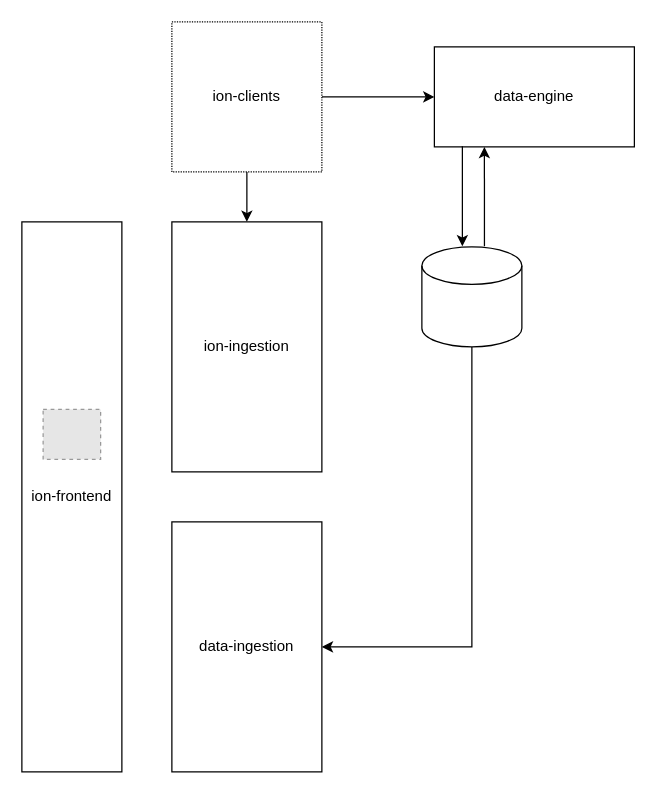
Before: assets/architecture.drawio in lvxhnat/ion, a draw.io diagram. Source tidied: cells renumbered, new cells numbered last; positions are measured from the earlier drawing's top-left corner, leaving out a move shared by most shapes. Both pictures are drawn from the tidied source at 125%, with x=0, y=0 at pixel (21, 21). Pictures stored in the file or linked from it are replaced by grey dashed boxes.
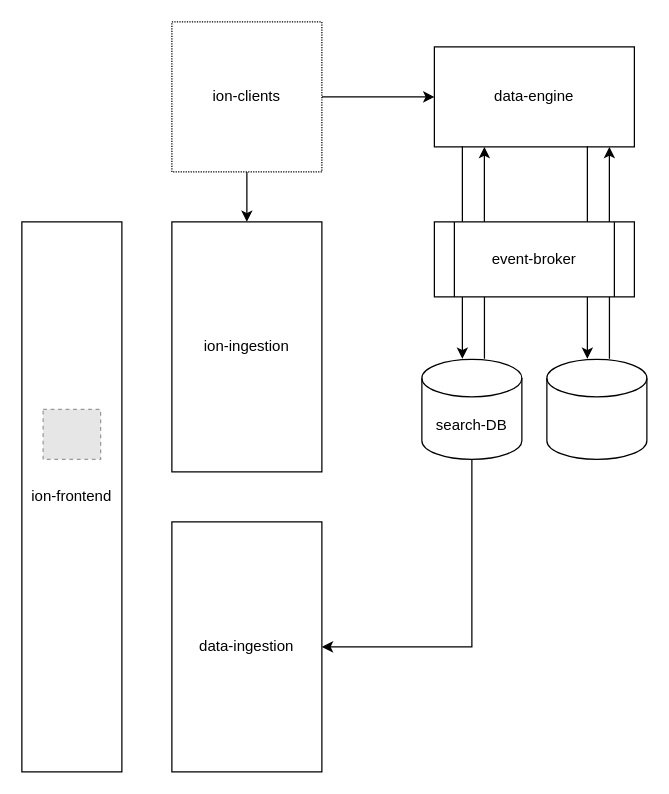
The same page after the edit.

The edit, as a diff of the source:
```diff
@@
 <mxGraphModel>
   <root>
     <mxCell id="0" />
     <mxCell id="1" parent="0" />
     <mxCell id="2" value="ion-frontend" style="rounded=0;whiteSpace=wrap;html=1;" parent="1" vertex="1">
       <mxGeometry y="160" width="80" height="440" as="geometry" />
     </mxCell>
     <mxCell id="3" style="fillColor=#E6E6E6;strokeColor=#999999;dashed=1;verticalLabelPosition=bottom;labelBackgroundColor=default;verticalAlign=top;" parent="1" vertex="1">
       <mxGeometry x="17" y="310" width="46" height="40" as="geometry" />
     </mxCell>
     <mxCell id="4" value="ion-ingestion" style="rounded=0;whiteSpace=wrap;html=1;" parent="1" vertex="1">
       <mxGeometry x="120" y="160" width="120" height="200" as="geometry" />
     </mxCell>
     <mxCell id="5" style="edgeStyle=orthogonalEdgeStyle;rounded=0;jettySize=auto;html=1;" parent="1" edge="1" source="7" target="4">
       <mxGeometry relative="1" as="geometry" />
     </mxCell>
     <mxCell id="6" style="edgeStyle=orthogonalEdgeStyle;rounded=0;jettySize=auto;html=1;" parent="1" edge="1" source="7" target="8">
       <mxGeometry relative="1" as="geometry" />
     </mxCell>
     <mxCell id="7" value="ion-clients" style="whiteSpace=wrap;html=1;dashed=1;dashPattern=1 1;" parent="1" vertex="1">
       <mxGeometry x="120" width="120" height="120" as="geometry" />
     </mxCell>
     <mxCell id="8" value="data-engine" style="rounded=0;whiteSpace=wrap;html=1;" parent="1" vertex="1">
       <mxGeometry x="330" y="20" width="160" height="80" as="geometry" />
     </mxCell>
     <mxCell id="9" style="edgeStyle=orthogonalEdgeStyle;rounded=0;jettySize=auto;html=1;entryX=1;entryY=0.5;entryDx=0;entryDy=0;exitX=0.5;exitY=1;exitDx=0;exitDy=0;exitPerimeter=0;" parent="1" edge="1" source="10" target="13">
       <mxGeometry relative="1" as="geometry" />
     </mxCell>
-    <mxCell id="10" style="shape=cylinder3;whiteSpace=wrap;html=1;boundedLbl=1;backgroundOutline=1;size=15;" parent="1" vertex="1">
-      <mxGeometry x="320" y="180" width="80" height="80" as="geometry" />
+    <mxCell id="10" value="search-DB" style="shape=cylinder3;whiteSpace=wrap;html=1;boundedLbl=1;backgroundOutline=1;size=15;" parent="1" vertex="1">
+      <mxGeometry x="320" y="270" width="80" height="80" as="geometry" />
     </mxCell>
     <mxCell id="11" style="endArrow=classic;html=1;rounded=0;entryX=0.25;entryY=1;entryDx=0;entryDy=0;exitX=0.626;exitY=-0.006;exitDx=0;exitDy=0;exitPerimeter=0;" parent="1" edge="1" source="10" target="8">
       <mxGeometry relative="1" as="geometry" />
     </mxCell>
     <mxCell id="12" style="endArrow=classic;html=1;rounded=0;exitX=0.14;exitY=0.993;exitDx=0;exitDy=0;exitPerimeter=0;entryX=0.405;entryY=-0.006;entryDx=0;entryDy=0;entryPerimeter=0;" parent="1" edge="1" source="8" target="10">
       <mxGeometry relative="1" as="geometry" />
     </mxCell>
     <mxCell id="13" value="data-ingestion" style="rounded=0;whiteSpace=wrap;html=1;" parent="1" vertex="1">
       <mxGeometry x="120" y="400" width="120" height="200" as="geometry" />
     </mxCell>
+    <mxCell id="14" style="shape=cylinder3;whiteSpace=wrap;html=1;boundedLbl=1;backgroundOutline=1;size=15;" parent="1" vertex="1">
+      <mxGeometry x="420" y="270" width="80" height="80" as="geometry" />
+    </mxCell>
+    <mxCell id="15" style="endArrow=classic;html=1;rounded=0;entryX=0.25;entryY=1;entryDx=0;entryDy=0;exitX=0.626;exitY=-0.006;exitDx=0;exitDy=0;exitPerimeter=0;" parent="1" edge="1" source="14">
+      <mxGeometry relative="1" as="geometry">
+        <mxPoint x="470" y="100" as="targetPoint" />
+      </mxGeometry>
+    </mxCell>
+    <mxCell id="16" style="endArrow=classic;html=1;rounded=0;exitX=0.14;exitY=0.993;exitDx=0;exitDy=0;exitPerimeter=0;entryX=0.405;entryY=-0.006;entryDx=0;entryDy=0;entryPerimeter=0;" parent="1" edge="1" target="14">
+      <mxGeometry relative="1" as="geometry">
+        <mxPoint x="452.4" y="99.4" as="sourcePoint" />
+      </mxGeometry>
+    </mxCell>
+    <mxCell id="17" value="event-broker" style="shape=process;whiteSpace=wrap;html=1;backgroundOutline=1;" parent="1" vertex="1">
+      <mxGeometry x="330" y="160" width="160" height="60" as="geometry" />
+    </mxCell>
   </root>
 </mxGraphModel>
```
